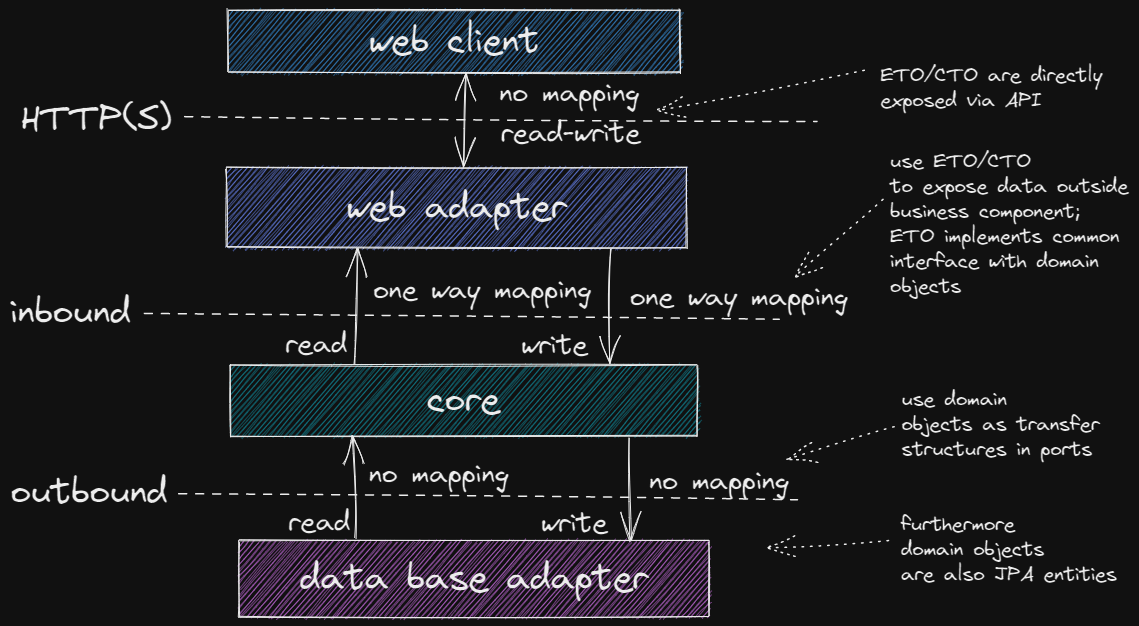
This is assets/mapping-example-devonfw.excalidraw.png from hex-arch-training/hex-arch-training.github.io, a Excalidraw export, as it was before one commit. Source tidied: one line per element, renumbered; positions are measured from the earlier drawing's top-left corner, leaving out a move shared by most shapes.
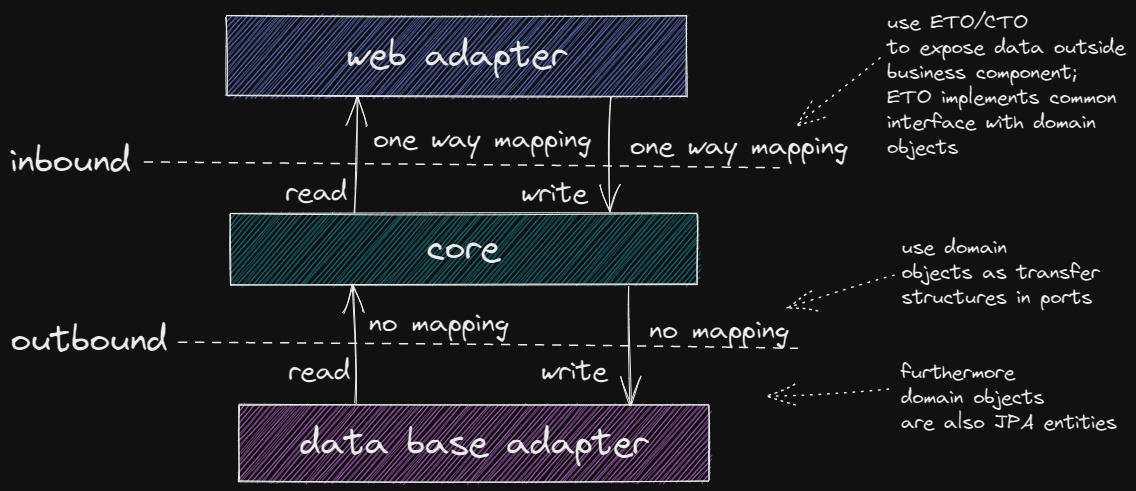
After the commit.

Commit message:
fix in mapping examples

Change to the diagram source:
```diff
@@ -6,12 +6,12 @@
 {"id": 5, "type": "line", "strokeColor": "#000000", "strokeWidth": 1, "strokeStyle": "dashed", "roughness": 1, "x": 169, "y": 484, "width": 619, "height": 6, "points": [[0, 0], [619, 6]]}
 {"id": 6, "type": "rectangle", "strokeColor": "#000000", "backgroundColor": "#4c6ef5", "fillStyle": "hachure", "strokeWidth": 1, "roughness": 1, "x": 217, "y": 157, "width": 460, "height": 80}
 {"id": 7, "type": "text", "text": "web adapter", "strokeColor": "#000000", "strokeWidth": 1, "roughness": 1, "fontSize": 36, "fontFamily": 1, "textAlign": "center", "verticalAlign": "middle", "inside": 6, "x": 336, "y": 175, "width": 222, "height": 45}
-{"id": 8, "type": "rectangle", "strokeColor": "#000000", "backgroundColor": "#be4bdb", "fillStyle": "hachure", "strokeWidth": 1, "roughness": 1, "x": 229, "y": 531, "width": 470, "height": 76}
+{"id": 8, "type": "rectangle", "strokeColor": "#000000", "backgroundColor": "#be4bdb", "fillStyle": "hachure", "strokeWidth": 1, "roughness": 1, "x": 229, "y": 547, "width": 470, "height": 76}
-{"id": 9, "type": "text", "text": "data base adapter", "strokeColor": "#000000", "strokeWidth": 1, "roughness": 1, "fontSize": 36, "fontFamily": 1, "textAlign": "center", "verticalAlign": "middle", "inside": 8, "x": 289, "y": 546, "width": 350, "height": 45}
+{"id": 9, "type": "text", "text": "data base adapter", "strokeColor": "#000000", "strokeWidth": 1, "roughness": 1, "fontSize": 36, "fontFamily": 1, "textAlign": "center", "verticalAlign": "middle", "inside": 8, "x": 289, "y": 562, "width": 350, "height": 45}
-{"id": 10, "type": "arrow", "strokeColor": "#000000", "strokeWidth": 1, "roughness": 1, "endArrowhead": "arrow", "from": 8, "to": 0, "x": 347, "y": 530, "width": 3, "height": 103, "points": [[0, 0], [-3, -103]]}
+{"id": 10, "type": "arrow", "strokeColor": "#000000", "strokeWidth": 1, "roughness": 1, "endArrowhead": "arrow", "from": 8, "to": 0, "x": 347, "y": 546, "width": 3, "height": 119, "points": [[0, 0], [-3, -119]]}
 {"id": 11, "type": "arrow", "strokeColor": "#000000", "strokeWidth": 1, "roughness": 1, "endArrowhead": "arrow", "from": 0, "to": 6, "x": 345, "y": 354, "width": 3, "height": 116, "points": [[0, 0], [3, -116]]}
 {"id": 12, "type": "arrow", "strokeColor": "#000000", "strokeWidth": 1, "roughness": 1, "endArrowhead": "arrow", "from": 6, "to": 0, "x": 600, "y": 238, "width": 0, "height": 115, "points": [[0, 0], [0, 115]]}
-{"id": 13, "type": "arrow", "strokeColor": "#000000", "strokeWidth": 1, "roughness": 1, "endArrowhead": "arrow", "from": 0, "to": 8, "x": 619, "y": 428, "width": 3, "height": 102, "points": [[0, 0], [3, 102]]}
+{"id": 13, "type": "arrow", "strokeColor": "#000000", "strokeWidth": 1, "roughness": 1, "endArrowhead": "arrow", "from": 0, "to": 8, "x": 618, "y": 428, "width": 3, "height": 118, "points": [[0, 0], [3, 118]]}
 {"id": 14, "type": "text", "text": "no mapping", "strokeColor": "#000000", "strokeWidth": 1, "roughness": 1, "fontSize": 28, "fontFamily": 1, "x": 639, "y": 454, "width": 142, "height": 35}
 {"id": 15, "type": "text", "text": "no mapping", "strokeColor": "#000000", "strokeWidth": 1, "roughness": 1, "fontSize": 28, "fontFamily": 1, "x": 359, "y": 447, "width": 142, "height": 35}
 {"id": 16, "type": "text", "text": "one way mapping", "strokeColor": "#000000", "strokeWidth": 1, "roughness": 1, "fontSize": 28, "fontFamily": 1, "x": 363, "y": 263, "width": 220, "height": 35}
@@ -20,17 +20,8 @@
 {"id": 19, "type": "text", "text": "read", "strokeColor": "#000000", "strokeWidth": 1, "roughness": 1, "fontSize": 28, "fontFamily": 1, "x": 275, "y": 316, "width": 64, "height": 35}
 {"id": 20, "type": "text", "text": "write", "strokeColor": "#000000", "strokeWidth": 1, "roughness": 1, "fontSize": 28, "fontFamily": 1, "x": 511, "y": 318, "width": 68, "height": 35}
 {"id": 21, "type": "text", "text": "write", "strokeColor": "#000000", "strokeWidth": 1, "roughness": 1, "fontSize": 28, "fontFamily": 1, "x": 531, "y": 496, "width": 68, "height": 35}
-{"id": 22, "type": "rectangle", "strokeColor": "#000000", "backgroundColor": "#228be6", "fillStyle": "hachure", "strokeWidth": 1, "roughness": 1, "x": 218, "y": 0, "width": 452, "height": 62}
-{"id": 23, "type": "text", "text": "web client", "strokeColor": "#000000", "strokeWidth": 1, "roughness": 1, "fontSize": 36, "fontFamily": 1, "textAlign": "center", "verticalAlign": "middle", "inside": 22, "x": 358, "y": 8, "width": 172, "height": 45}
-{"id": 24, "type": "arrow", "strokeColor": "#000000", "strokeWidth": 1, "roughness": 1, "startArrowhead": "arrow", "endArrowhead": "arrow", "from": 22, "to": 6, "x": 455, "y": 64, "width": 2, "height": 92, "points": [[0, 0], [-2, 92]]}
-{"id": 25, "type": "text", "text": "HTTP(S)", "strokeColor": "#000000", "strokeWidth": 1, "roughness": 1, "fontSize": 36, "fontFamily": 1, "x": 11, "y": 87, "width": 153, "height": 45}
-{"id": 26, "type": "line", "strokeColor": "#000000", "strokeWidth": 1, "strokeStyle": "dashed", "roughness": 1, "x": 175, "y": 107, "width": 631, "height": 4, "points": [[0, 0], [631, 4]]}
-{"id": 27, "type": "text", "text": "no mapping", "strokeColor": "#000000", "strokeWidth": 1, "strokeStyle": "dashed", "roughness": 1, "fontSize": 28, "fontFamily": 1, "x": 489, "y": 66, "width": 142, "height": 35}
-{"id": 28, "type": "text", "text": "read-write", "strokeColor": "#000000", "strokeWidth": 1, "strokeStyle": "dashed", "roughness": 1, "fontSize": 28, "fontFamily": 1, "x": 491, "y": 106, "width": 142, "height": 35}
-{"id": 29, "type": "text", "text": "ETO/CTO are directly\nexposed via API", "strokeColor": "#000000", "strokeWidth": 1, "strokeStyle": "dashed", "roughness": 1, "fontSize": 20, "fontFamily": 1, "x": 870, "y": 53, "width": 223, "height": 50}
-{"id": 30, "type": "arrow", "strokeColor": "#000000", "strokeWidth": 1, "strokeStyle": "dotted", "roughness": 1, "endArrowhead": "arrow", "from": 29, "to": 27, "x": 855, "y": 59, "width": 208, "height": 42, "points": [[0, 0], [-208, 42]]}
-{"id": 31, "type": "text", "text": "use ETO/CTO\nto expose data outside\nbusiness component;\nETO implements common\ninterface with domain\nobjects", "strokeColor": "#000000", "strokeWidth": 1, "strokeStyle": "dotted", "roughness": 1, "fontSize": 20, "fontFamily": 1, "x": 880, "y": 138, "width": 239, "height": 150}
+{"id": 31, "type": "text", "text": "use ETO/CTO\nto expose data outside\nbusiness component;\nETO implements common\ninterface with domain\nobjects", "strokeColor": "#000000", "strokeWidth": 1, "strokeStyle": "dotted", "roughness": 1, "fontSize": 20, "fontFamily": 1, "x": 877, "y": 151, "width": 239, "height": 150}
-{"id": 32, "type": "arrow", "strokeColor": "#000000", "strokeWidth": 1, "strokeStyle": "dotted", "roughness": 1, "endArrowhead": "arrow", "from": 31, "to": 17, "x": 872, "y": 188, "width": 90, "height": 80, "points": [[0, 0], [-90, 80]]}
+{"id": 32, "type": "arrow", "strokeColor": "#000000", "strokeWidth": 1, "strokeStyle": "dotted", "roughness": 1, "endArrowhead": "arrow", "from": 31, "to": 17, "x": 869, "y": 198, "width": 85, "height": 70, "points": [[0, 0], [-85, 70]]}
 {"id": 33, "type": "text", "text": "use domain\nobjects as transfer\nstructures in ports", "strokeColor": "#000000", "strokeWidth": 1, "strokeStyle": "dotted", "roughness": 1, "fontSize": 20, "fontFamily": 1, "x": 891, "y": 377, "width": 199, "height": 75}
 {"id": 34, "type": "arrow", "strokeColor": "#000000", "strokeWidth": 1, "strokeStyle": "dotted", "roughness": 1, "endArrowhead": "arrow", "from": 33, "to": 14, "x": 883, "y": 415, "width": 108, "height": 34, "points": [[0, 0], [-108, 34]]}
 {"id": 35, "type": "text", "text": "furthermore\ndomain objects\nare also JPA entities", "strokeColor": "#000000", "strokeWidth": 1, "strokeStyle": "dotted", "roughness": 1, "fontSize": 20, "fontFamily": 1, "x": 891, "y": 501, "width": 218, "height": 75}
```
